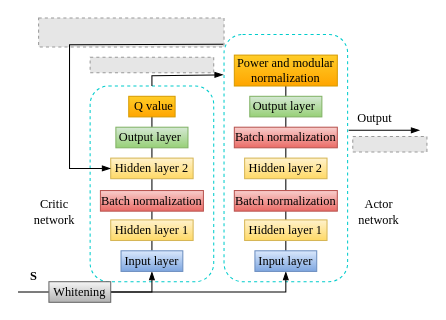
gougemidi/xiao keeps this draw.io diagram as DNN.drawio. Above is the earlier version. Source tidied: cells renumbered, new cells numbered last; positions are measured from the earlier drawing's top-left corner, leaving out a move shared by most shapes. Both pictures are drawn from the tidied source at 103%, with x=0, y=0 at pixel (18, 18). Pictures stored in the file or linked from it are replaced by grey dashed boxes.
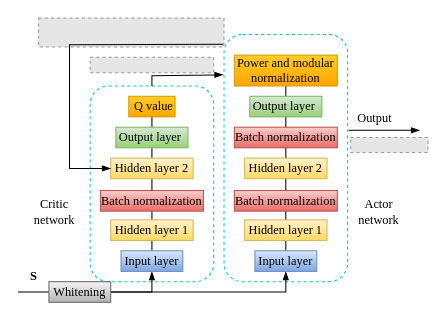
After the change.

The edit, as a diff of the source:
```diff
@@
-    <mxCell id="40" style="fillColor=#E6E6E6;strokeColor=#999999;dashed=1;verticalLabelPosition=bottom;labelBackgroundColor=default;verticalAlign=top;" parent="1" vertex="1">
-      <mxGeometry x="325" y="115" width="72" height="15" as="geometry" />
-    </mxCell>
@@
+    <mxCell id="42" style="fillColor=#E6E6E6;strokeColor=#999999;dashed=1;verticalLabelPosition=bottom;labelBackgroundColor=default;verticalAlign=top;" parent="1" vertex="1">
+      <mxGeometry x="323" y="116" width="75" height="14.5" as="geometry" />
+    </mxCell>
```
